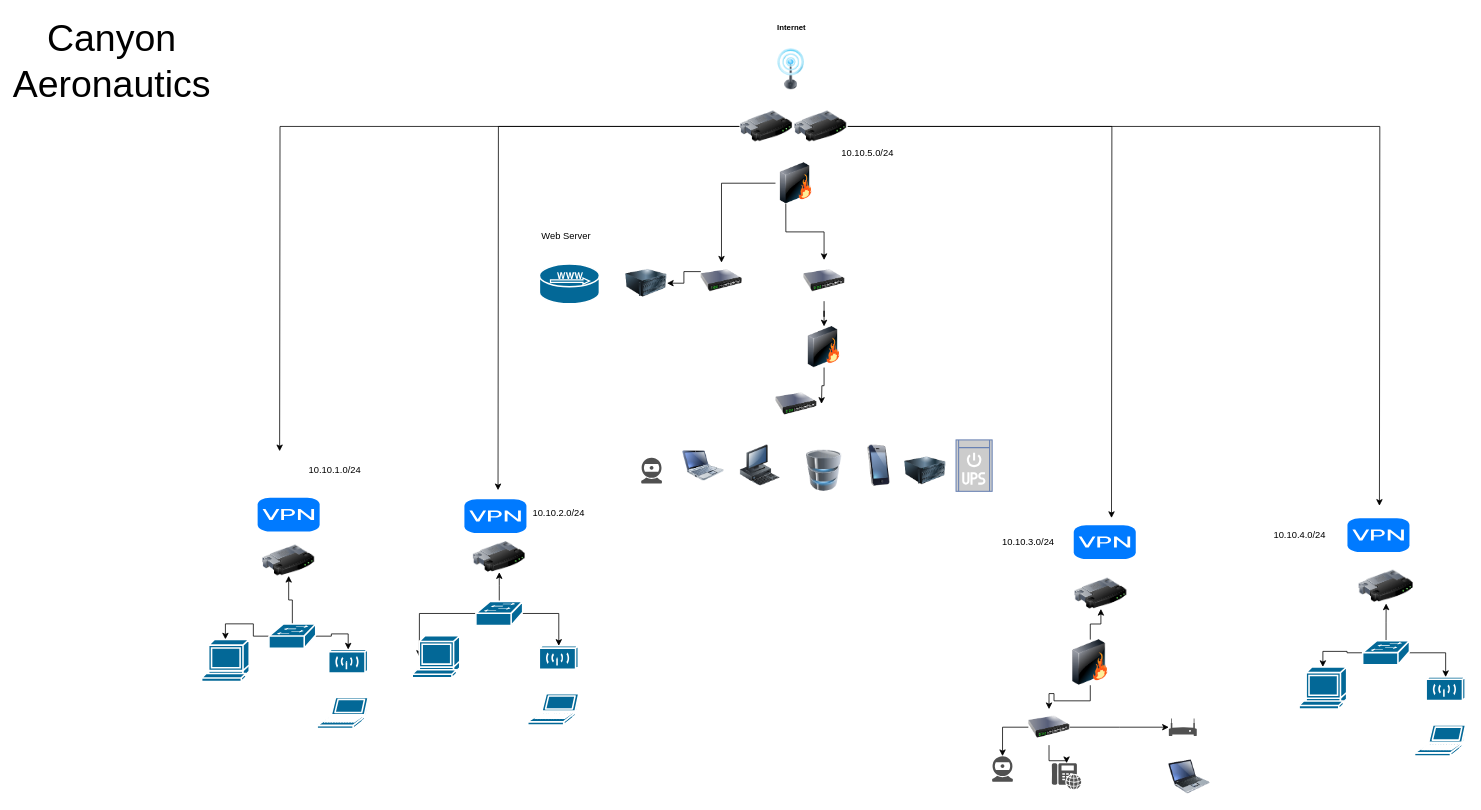
cyberqueenmeg/itt-116 keeps this draw.io diagram as ITT-216-CanyonAero.drawio. Above is the earlier version. Source tidied: cells renumbered, new cells numbered last; positions are measured from the earlier drawing's top-left corner, leaving out a move shared by most shapes. Both pictures are drawn from the tidied source at 78%, with x=0, y=0 at pixel (30, 14).
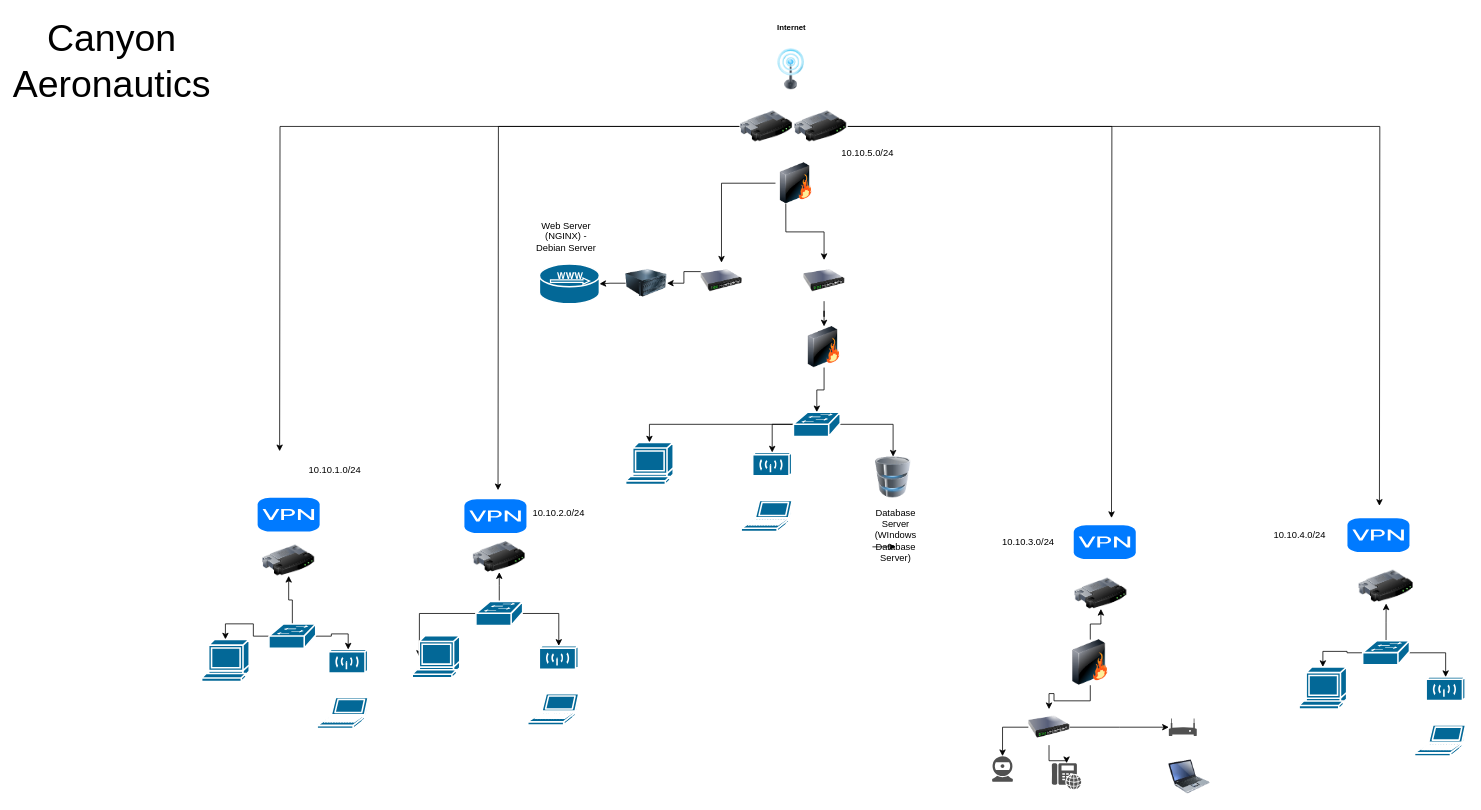
After the change.

Unchanged cells that the change refers to:
```xml
<mxCell id="10" style="image;html=1;image=img/lib/clip_art/computers/Server_128x128.png;" parent="1" vertex="1">
  <mxGeometry x="763.6" y="318.2" width="53" height="52.7" as="geometry" />
</mxCell>
<mxCell id="23" style="image;html=1;image=img/lib/clip_art/networking/Firewall_128x128.png;" parent="1" vertex="1">
  <mxGeometry x="991.5" y="400" width="53" height="52.7" as="geometry" />
</mxCell>
<mxCell id="74" style="shape=mxgraph.cisco.servers.microwebserver;sketch=0;html=1;dashed=0;fillColor=#036897;strokeColor=#ffffff;strokeWidth=2;verticalLabelPosition=bottom;verticalAlign=top;align=center;outlineConnect=0;" parent="1" vertex="1">
  <mxGeometry x="653" y="320" width="77" height="51" as="geometry" />
</mxCell>
```

Change to the diagram source:
```diff
@@
+    <mxCell id="76" style="edgeStyle=orthogonalEdgeStyle;rounded=0;jettySize=auto;html=1;" parent="1" edge="1" source="10" target="74">
+      <mxGeometry relative="1" as="geometry" />
+    </mxCell>
@@
-    <mxCell id="12" style="image;html=1;image=img/lib/clip_art/computers/Netbook_128x128.png;" parent="1" vertex="1">
-      <mxGeometry x="836.5" y="552.1" width="53" height="52.7" as="geometry" />
-    </mxCell>
-    <mxCell id="13" style="image;html=1;image=img/lib/clip_art/computers/Workstation_128x128.png;" parent="1" vertex="1">
-      <mxGeometry x="909.4" y="552.1" width="53" height="52.7" as="geometry" />
-    </mxCell>
     <mxCell id="14" style="image;html=1;image=img/lib/clip_art/computers/Database_128x128.png;" parent="1" vertex="1">
-      <mxGeometry x="991.5" y="558.6" width="53" height="52.7" as="geometry" />
+      <mxGeometry x="1080" y="566.9" width="53" height="52.7" as="geometry" />
     </mxCell>
-    <mxCell id="15" style="image;html=1;image=img/lib/clip_art/telecommunication/iPhone_128x128.png;" parent="1" vertex="1">
-      <mxGeometry x="1061.7" y="552.1" width="53" height="52.7" as="geometry" />
-    </mxCell>
-    <mxCell id="16" style="image;html=1;image=img/lib/clip_art/computers/Server_128x128.png;" parent="1" vertex="1">
-      <mxGeometry x="1121.3" y="558.6" width="53" height="52.7" as="geometry" />
-    </mxCell>
@@
-    <mxCell id="22" style="edgeStyle=orthogonalEdgeStyle;rounded=0;jettySize=auto;html=1;exitX=0.5;exitY=1;exitDx=0;exitDy=0;entryX=0;entryY=0.5;entryDx=0;entryDy=0;" parent="1" edge="1" source="23">
-      <mxGeometry relative="1" as="geometry">
-        <mxPoint x="1014.7" y="499.3" as="targetPoint" />
-      </mxGeometry>
-    </mxCell>
+    <mxCell id="77" style="edgeStyle=orthogonalEdgeStyle;rounded=0;jettySize=auto;html=1;" parent="1" edge="1" source="23" target="83">
+      <mxGeometry relative="1" as="geometry" />
+    </mxCell>
@@
-    <mxCell id="33" style="sketch=0;shadow=0;dashed=0;html=1;strokeColor=none;fillColor=#505050;labelPosition=center;verticalLabelPosition=bottom;verticalAlign=top;align=center;shape=mxgraph.office.devices.webcam;" parent="1" vertex="1">
-      <mxGeometry x="783.6" y="568.5" width="26.5" height="32.9" as="geometry" />
-    </mxCell>
@@
-    <mxCell id="35" style="fontColor=#0066CC;verticalAlign=top;verticalLabelPosition=bottom;labelPosition=center;align=center;html=1;fillColor=#CCCCCC;strokeColor=#6881B3;gradientColor=none;gradientDirection=north;strokeWidth=2;shape=mxgraph.networks.ups_small;" parent="1" vertex="1">
-      <mxGeometry x="1187.2" y="545.5" width="46.3" height="65.9" as="geometry" />
-    </mxCell>
-    <mxCell id="36" style="image;html=1;image=img/lib/clip_art/networking/Switch_128x128.png;" parent="1" vertex="1">
-      <mxGeometry x="955.7" y="473" width="53" height="52.7" as="geometry" />
-    </mxCell>
@@
-    <mxCell id="75" value="Web Server" style="text;html=1;strokeColor=none;fillColor=none;align=center;verticalAlign=middle;whiteSpace=wrap;rounded=0;" parent="1" vertex="1">
+    <mxCell id="75" value="Web Server (NGINX) - Debian Server" style="text;html=1;strokeColor=none;fillColor=none;align=center;verticalAlign=middle;whiteSpace=wrap;rounded=0;" parent="1" vertex="1">
       <mxGeometry x="645.1" y="270" width="84.9" height="30" as="geometry" />
     </mxCell>
+    <mxCell id="78" value="Database Server (WIndows Database Server)" style="text;html=1;strokeColor=none;fillColor=none;align=center;verticalAlign=middle;whiteSpace=wrap;rounded=0;" parent="1" vertex="1">
+      <mxGeometry x="1080" y="652.6" width="60" height="30" as="geometry" />
+    </mxCell>
+    <mxCell id="79" style="shape=mxgraph.cisco.wireless.wireless_transport;sketch=0;html=1;dashed=0;fillColor=#036897;strokeColor=#ffffff;strokeWidth=2;verticalLabelPosition=bottom;verticalAlign=top;align=center;outlineConnect=0;" parent="1" vertex="1">
+      <mxGeometry x="926.5" y="561.6" width="50" height="30" as="geometry" />
+    </mxCell>
+    <mxCell id="80" style="edgeStyle=orthogonalEdgeStyle;rounded=0;jettySize=auto;html=1;entryX=0.5;entryY=0;entryDx=0;entryDy=0;entryPerimeter=0;" parent="1" edge="1" source="83" target="79">
+      <mxGeometry relative="1" as="geometry" />
+    </mxCell>
+    <mxCell id="81" style="edgeStyle=orthogonalEdgeStyle;rounded=0;jettySize=auto;html=1;entryX=0.5;entryY=0;entryDx=0;entryDy=0;entryPerimeter=0;" parent="1" edge="1" source="83" target="85">
+      <mxGeometry relative="1" as="geometry" />
+    </mxCell>
+    <mxCell id="82" style="edgeStyle=orthogonalEdgeStyle;rounded=0;jettySize=auto;html=1;" parent="1" edge="1" source="83" target="14">
+      <mxGeometry relative="1" as="geometry" />
+    </mxCell>
+    <mxCell id="83" style="shape=mxgraph.cisco.switches.workgroup_switch;sketch=0;html=1;dashed=0;fillColor=#036897;strokeColor=#ffffff;strokeWidth=2;verticalLabelPosition=bottom;verticalAlign=top;align=center;outlineConnect=0;" parent="1" vertex="1">
+      <mxGeometry x="978.7" y="510" width="60" height="31" as="geometry" />
+    </mxCell>
+    <mxCell id="84" style="shape=mxgraph.cisco.computers_and_peripherals.laptop;sketch=0;html=1;dashed=0;fillColor=#036897;strokeColor=#ffffff;strokeWidth=2;verticalLabelPosition=bottom;verticalAlign=top;align=center;" parent="1" vertex="1">
+      <mxGeometry x="911.7" y="623" width="67" height="40" as="geometry" />
+    </mxCell>
+    <mxCell id="85" style="shape=mxgraph.cisco.computers_and_peripherals.terminal;sketch=0;html=1;dashed=0;fillColor=#036897;strokeColor=#ffffff;strokeWidth=2;verticalLabelPosition=bottom;verticalAlign=top;align=center;outlineConnect=0;" parent="1" vertex="1">
+      <mxGeometry x="763.6" y="548.7" width="61" height="54" as="geometry" />
+    </mxCell>
+    <mxCell id="86" style="edgeStyle=orthogonalEdgeStyle;rounded=0;orthogonalLoop=1;jettySize=auto;html=1;exitX=0;exitY=1;exitDx=0;exitDy=0;entryX=0.5;entryY=1;entryDx=0;entryDy=0;" parent="1" edge="1" source="78" target="78">
+      <mxGeometry relative="1" as="geometry" />
+    </mxCell>
```
